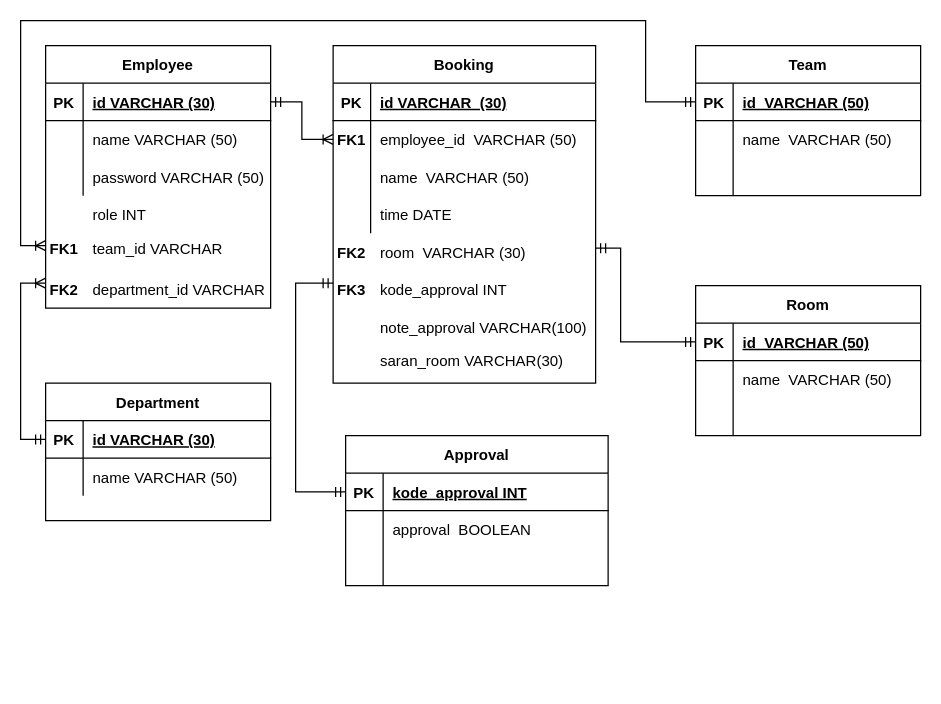
This is page "ERD" (3 of 3) of meetingsceduler.drawio from MCC-Java/Meeting-Schedule-Laila-Khoirun-Nisa, a draw.io file, before an edit. Source tidied: cells renumbered, new cells numbered last; positions are measured from the earlier drawing's top-left corner, leaving out a move shared by most shapes. Both pictures are drawn from the tidied source at 125%, with x=0, y=0 at pixel (20, 20).
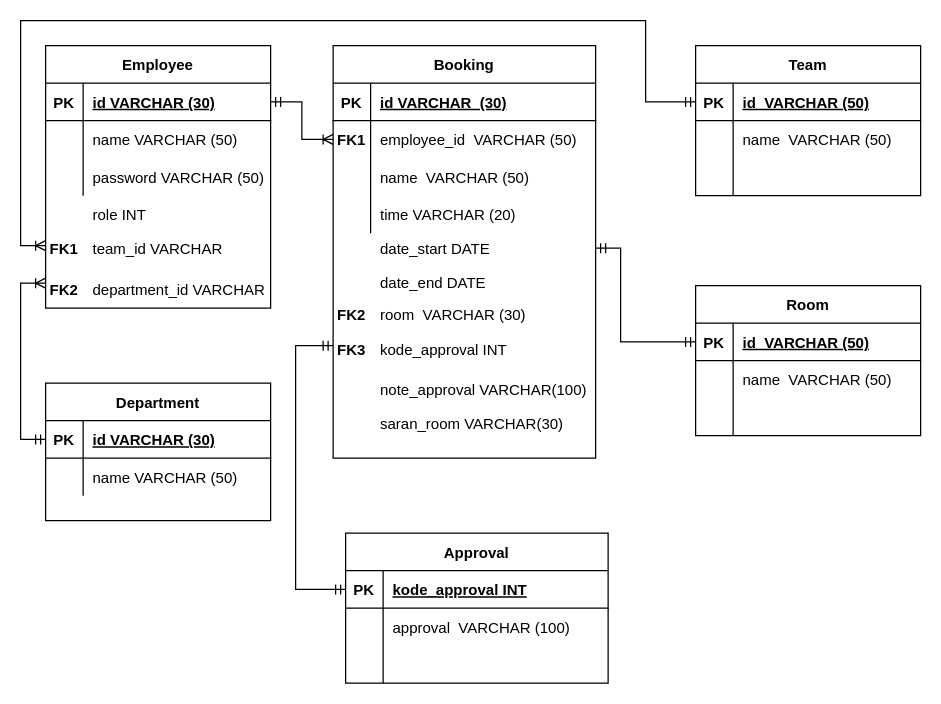
The same diagram, later.

Unchanged cells that the change refers to:
```xml
<mxCell id="44" style="shape=partialRectangle;fillColor=none;top=0;left=0;bottom=0;right=0;" parent="34" vertex="1">
  <mxGeometry y="120" width="210" height="30" as="geometry" />
</mxCell>
<mxCell id="68" style="shape=partialRectangle;fillColor=none;top=0;left=0;bottom=1;right=0;points=[[0,0.5],[1,0.5]];portConstraint=eastwest;" parent="67" vertex="1">
  <mxGeometry y="30" width="210" height="30" as="geometry" />
</mxCell>
<mxCell id="71" style="shape=partialRectangle;fillColor=none;top=0;left=0;bottom=0;right=0;" parent="67" vertex="1">
  <mxGeometry y="60" width="210" height="30" as="geometry" />
</mxCell>
```

The edit, as a diff of the source:
```diff
@@
     <mxCell id="34" value="Booking" style="shape=table;startSize=30;childLayout=tableLayout;rowLines=0;fontStyle=1;align=center;" parent="1" vertex="1">
-      <mxGeometry x="250" y="20" width="210" height="270" as="geometry" />
+      <mxGeometry x="250" y="20" width="210" height="330" as="geometry" />
     </mxCell>
@@
-    <mxCell id="46" value="time DATE" style="shape=partialRectangle;fillColor=none;top=0;left=0;bottom=0;right=0;align=left;spacingLeft=6;overflow=hidden;" parent="44" vertex="1">
+    <mxCell id="46" value="time VARCHAR (20)" style="shape=partialRectangle;fillColor=none;top=0;left=0;bottom=0;right=0;align=left;spacingLeft=6;overflow=hidden;" parent="44" vertex="1">
       <mxGeometry x="30" width="180" height="30" as="geometry" />
     </mxCell>
     <mxCell id="47" value="room  VARCHAR (30)" style="shape=partialRectangle;fillColor=none;top=0;left=0;bottom=0;right=0;align=left;spacingLeft=6;overflow=hidden;" parent="1" vertex="1">
-      <mxGeometry x="280" y="170" width="150" height="30" as="geometry" />
+      <mxGeometry x="280" y="220" width="150" height="30" as="geometry" />
     </mxCell>
@@
     <mxCell id="49" value="FK2" style="shape=partialRectangle;fillColor=none;top=0;left=0;bottom=0;right=0;fontStyle=1;overflow=hidden;" parent="1" vertex="1">
-      <mxGeometry x="250" y="170" width="30" height="30" as="geometry" />
+      <mxGeometry x="250" y="220" width="30" height="30" as="geometry" />
     </mxCell>
@@
     <mxCell id="64" value="kode_approval INT" style="shape=partialRectangle;fillColor=none;top=0;left=0;bottom=0;right=0;align=left;spacingLeft=6;overflow=hidden;" parent="1" vertex="1">
-      <mxGeometry x="280" y="200" width="150" height="30" as="geometry" />
+      <mxGeometry x="280" y="248" width="150" height="30" as="geometry" />
     </mxCell>
     <mxCell id="65" value="FK3" style="shape=partialRectangle;fillColor=none;top=0;left=0;bottom=0;right=0;fontStyle=1;overflow=hidden;" parent="1" vertex="1">
-      <mxGeometry x="250" y="200" width="30" height="30" as="geometry" />
+      <mxGeometry x="250" y="248" width="30" height="30" as="geometry" />
     </mxCell>
     <mxCell id="66" style="edgeStyle=orthogonalEdgeStyle;rounded=0;jettySize=auto;html=1;startArrow=ERmandOne;startFill=0;endArrow=ERmandOne;endFill=0;exitX=0;exitY=0.5;exitDx=0;exitDy=0;" parent="1" edge="1" source="68">
       <mxGeometry relative="1" as="geometry">
-        <mxPoint x="250" y="210" as="targetPoint" />
+        <mxPoint x="250" y="260" as="targetPoint" />
         <Array as="points">
-          <mxPoint x="220" y="377" />
-          <mxPoint x="220" y="210" />
-          <mxPoint x="250" y="210" />
+          <mxPoint x="220" y="455" />
+          <mxPoint x="220" y="260" />
         </Array>
       </mxGeometry>
     </mxCell>
+    <mxCell id="77" value="note_approval VARCHAR(100)" style="shape=partialRectangle;fillColor=none;top=0;left=0;bottom=0;right=0;align=left;spacingLeft=6;overflow=hidden;" parent="1" vertex="1">
+      <mxGeometry x="280" y="280" width="190" height="30" as="geometry" />
+    </mxCell>
+    <mxCell id="78" value="saran_room VARCHAR(30)" style="shape=partialRectangle;fillColor=none;top=0;left=0;bottom=0;right=0;align=left;spacingLeft=6;overflow=hidden;" parent="1" vertex="1">
+      <mxGeometry x="280" y="307" width="190" height="30" as="geometry" />
+    </mxCell>
     <mxCell id="67" value="Approval" style="shape=table;startSize=30;childLayout=tableLayout;rowLines=0;fontStyle=1;align=center;" parent="1" vertex="1">
-      <mxGeometry x="260" y="332" width="210" height="120" as="geometry" />
+      <mxGeometry x="260" y="410" width="210" height="120" as="geometry" />
     </mxCell>
@@
-    <mxCell id="73" value="approval  BOOLEAN" style="shape=partialRectangle;fillColor=none;top=0;left=0;bottom=0;right=0;align=left;spacingLeft=6;overflow=hidden;" parent="71" vertex="1">
+    <mxCell id="73" value="approval  VARCHAR (100)" style="shape=partialRectangle;fillColor=none;top=0;left=0;bottom=0;right=0;align=left;spacingLeft=6;overflow=hidden;" parent="71" vertex="1">
       <mxGeometry x="30" width="180" height="30" as="geometry" />
     </mxCell>
@@
-    <mxCell id="77" value="note_approval VARCHAR(100)" style="shape=partialRectangle;fillColor=none;top=0;left=0;bottom=0;right=0;align=left;spacingLeft=6;overflow=hidden;" parent="1" vertex="1">
-      <mxGeometry x="280" y="230" width="190" height="30" as="geometry" />
-    </mxCell>
-    <mxCell id="78" value="saran_room VARCHAR(30)" style="shape=partialRectangle;fillColor=none;top=0;left=0;bottom=0;right=0;align=left;spacingLeft=6;overflow=hidden;" parent="1" vertex="1">
-      <mxGeometry x="280" y="257" width="190" height="30" as="geometry" />
-    </mxCell>
+    <mxCell id="79" value="date_start DATE" style="shape=partialRectangle;fillColor=none;top=0;left=0;bottom=0;right=0;align=left;spacingLeft=6;overflow=hidden;" parent="1" vertex="1">
+      <mxGeometry x="280" y="167" width="180" height="30" as="geometry" />
+    </mxCell>
+    <mxCell id="80" value="date_end DATE" style="shape=partialRectangle;fillColor=none;top=0;left=0;bottom=0;right=0;align=left;spacingLeft=6;overflow=hidden;" parent="1" vertex="1">
+      <mxGeometry x="280" y="194" width="180" height="30" as="geometry" />
+    </mxCell>
```
